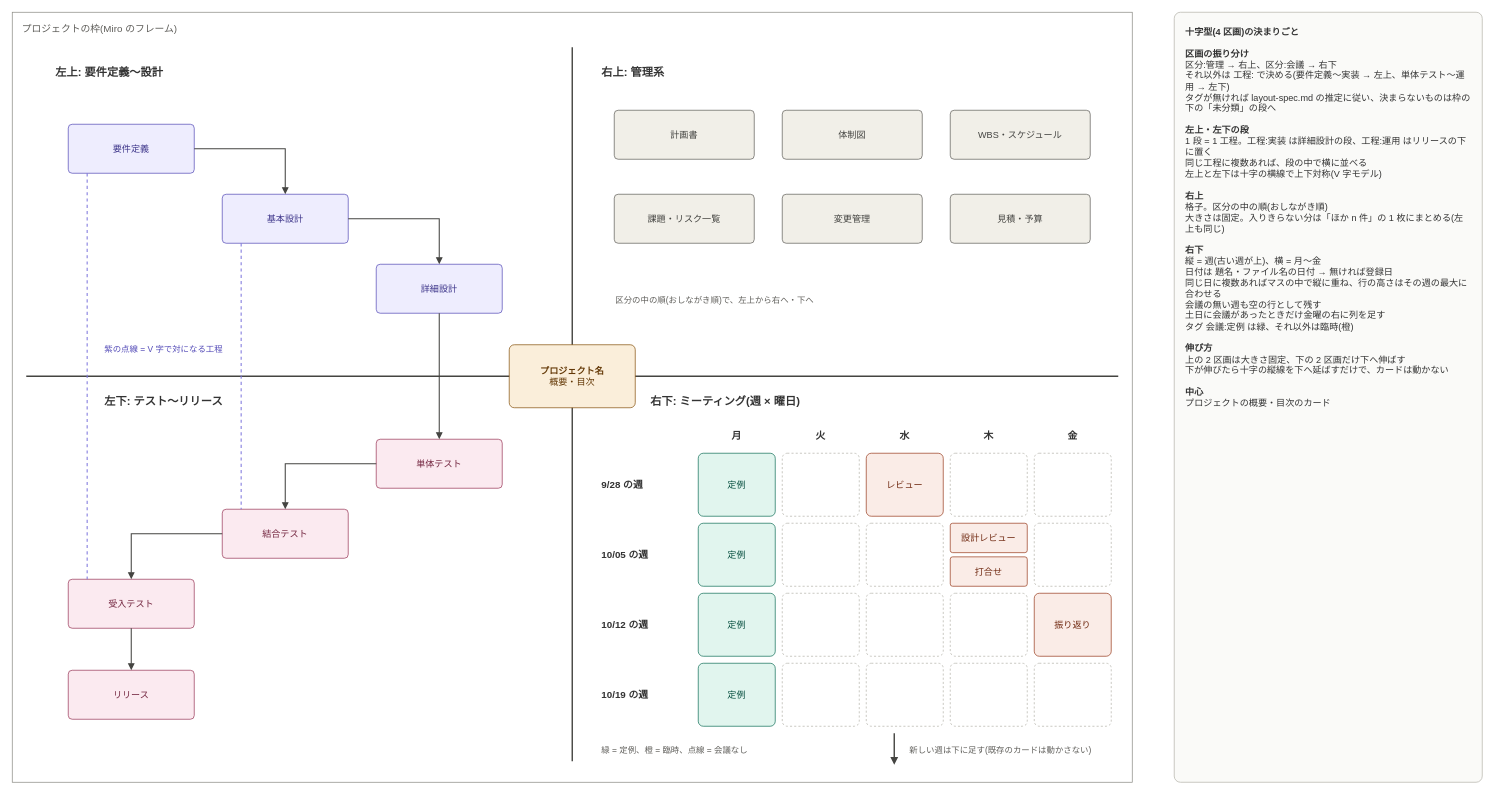
Above: page "採用: 十字型(4区画)" (4 of 12) of docs/miro-layouts/miro-layouts.drawio in EARCE9000/document-manager (draw.io), before the change. Source tidied: cells renumbered, new cells numbered last; positions are measured from the earlier drawing's top-left corner, leaving out a move shared by most shapes. Both pictures are drawn from the tidied source at 70%, with x=0, y=0 at pixel (12, 12).
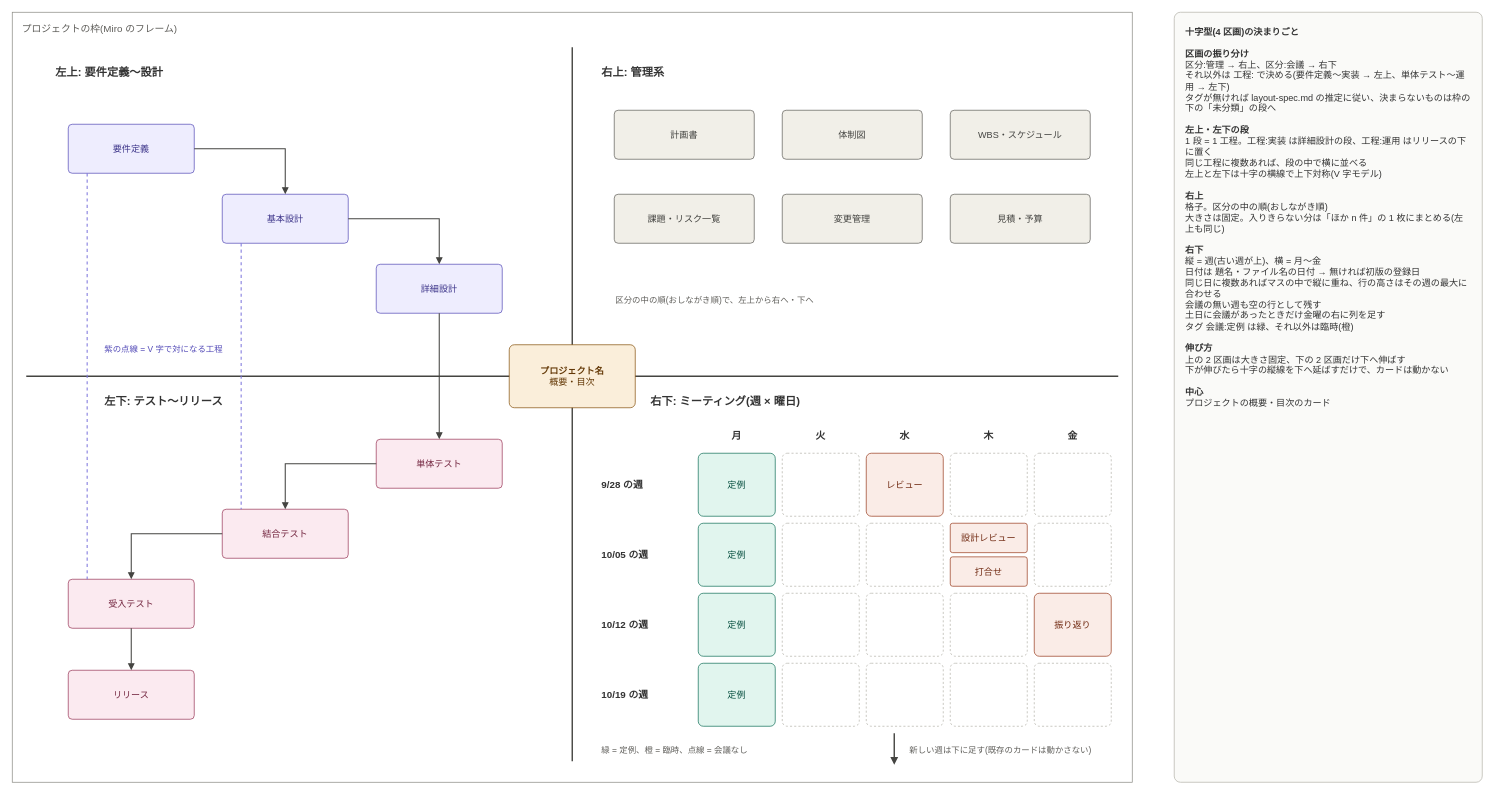
The same page after the edit.

What changed in the source:
```diff
@@
-    <mxCell id="66" value="&lt;b&gt;十字型(4 区画)の決まりごと&lt;/b&gt;&lt;br&gt;&lt;br&gt;&lt;b&gt;区画の振り分け&lt;/b&gt;&lt;br&gt;区分:管理 → 右上、区分:会議 → 右下&lt;br&gt;それ以外は 工程: で決める(要件定義〜実装 → 左上、単体テスト〜運用 → 左下)&lt;br&gt;タグが無ければ layout-spec.md の推定に従い、決まらないものは枠の下の「未分類」の段へ&lt;br&gt;&lt;br&gt;&lt;b&gt;左上・左下の段&lt;/b&gt;&lt;br&gt;1 段 = 1 工程。工程:実装 は詳細設計の段、工程:運用 はリリースの下に置く&lt;br&gt;同じ工程に複数あれば、段の中で横に並べる&lt;br&gt;左上と左下は十字の横線で上下対称(V 字モデル)&lt;br&gt;&lt;br&gt;&lt;b&gt;右上&lt;/b&gt;&lt;br&gt;格子。区分の中の順(おしながき順)&lt;br&gt;大きさは固定。入りきらない分は「ほか n 件」の 1 枚にまとめる(左上も同じ)&lt;br&gt;&lt;br&gt;&lt;b&gt;右下&lt;/b&gt;&lt;br&gt;縦 = 週(古い週が上)、横 = 月〜金&lt;br&gt;日付は 題名・ファイル名の日付 → 無ければ登録日&lt;br&gt;同じ日に複数あればマスの中で縦に重ね、行の高さはその週の最大に合わせる&lt;br&gt;会議の無い週も空の行として残す&lt;br&gt;土日に会議があったときだけ金曜の右に列を足す&lt;br&gt;タグ 会議:定例 は緑、それ以外は臨時(橙)&lt;br&gt;&lt;br&gt;&lt;b&gt;伸び方&lt;/b&gt;&lt;br&gt;上の 2 区画は大きさ固定、下の 2 区画だけ下へ伸ばす&lt;br&gt;下が伸びたら十字の縦線を下へ延ばすだけで、カードは動かない&lt;br&gt;&lt;br&gt;&lt;b&gt;中心&lt;/b&gt;&lt;br&gt;プロジェクトの概要・目次のカード" style="rounded=1;arcSize=2;whiteSpace=wrap;html=1;align=left;verticalAlign=top;spacing=16;fillColor=#FAFAF8;strokeColor=#B4B2A9;fontSize=13;fontColor=#333333;" parent="1" vertex="1">
+    <mxCell id="66" value="&lt;b&gt;十字型(4 区画)の決まりごと&lt;/b&gt;&lt;br&gt;&lt;br&gt;&lt;b&gt;区画の振り分け&lt;/b&gt;&lt;br&gt;区分:管理 → 右上、区分:会議 → 右下&lt;br&gt;それ以外は 工程: で決める(要件定義〜実装 → 左上、単体テスト〜運用 → 左下)&lt;br&gt;タグが無ければ layout-spec.md の推定に従い、決まらないものは枠の下の「未分類」の段へ&lt;br&gt;&lt;br&gt;&lt;b&gt;左上・左下の段&lt;/b&gt;&lt;br&gt;1 段 = 1 工程。工程:実装 は詳細設計の段、工程:運用 はリリースの下に置く&lt;br&gt;同じ工程に複数あれば、段の中で横に並べる&lt;br&gt;左上と左下は十字の横線で上下対称(V 字モデル)&lt;br&gt;&lt;br&gt;&lt;b&gt;右上&lt;/b&gt;&lt;br&gt;格子。区分の中の順(おしながき順)&lt;br&gt;大きさは固定。入りきらない分は「ほか n 件」の 1 枚にまとめる(左上も同じ)&lt;br&gt;&lt;br&gt;&lt;b&gt;右下&lt;/b&gt;&lt;br&gt;縦 = 週(古い週が上)、横 = 月〜金&lt;br&gt;日付は 題名・ファイル名の日付 → 無ければ初版の登録日&lt;br&gt;同じ日に複数あればマスの中で縦に重ね、行の高さはその週の最大に合わせる&lt;br&gt;会議の無い週も空の行として残す&lt;br&gt;土日に会議があったときだけ金曜の右に列を足す&lt;br&gt;タグ 会議:定例 は緑、それ以外は臨時(橙)&lt;br&gt;&lt;br&gt;&lt;b&gt;伸び方&lt;/b&gt;&lt;br&gt;上の 2 区画は大きさ固定、下の 2 区画だけ下へ伸ばす&lt;br&gt;下が伸びたら十字の縦線を下へ延ばすだけで、カードは動かない&lt;br&gt;&lt;br&gt;&lt;b&gt;中心&lt;/b&gt;&lt;br&gt;プロジェクトの概要・目次のカード" style="rounded=1;arcSize=2;whiteSpace=wrap;html=1;align=left;verticalAlign=top;spacing=16;fillColor=#FAFAF8;strokeColor=#B4B2A9;fontSize=13;fontColor=#333333;" parent="1" vertex="1">
       <mxGeometry x="1660" width="440" height="1100" as="geometry" />
     </mxCell>
```
